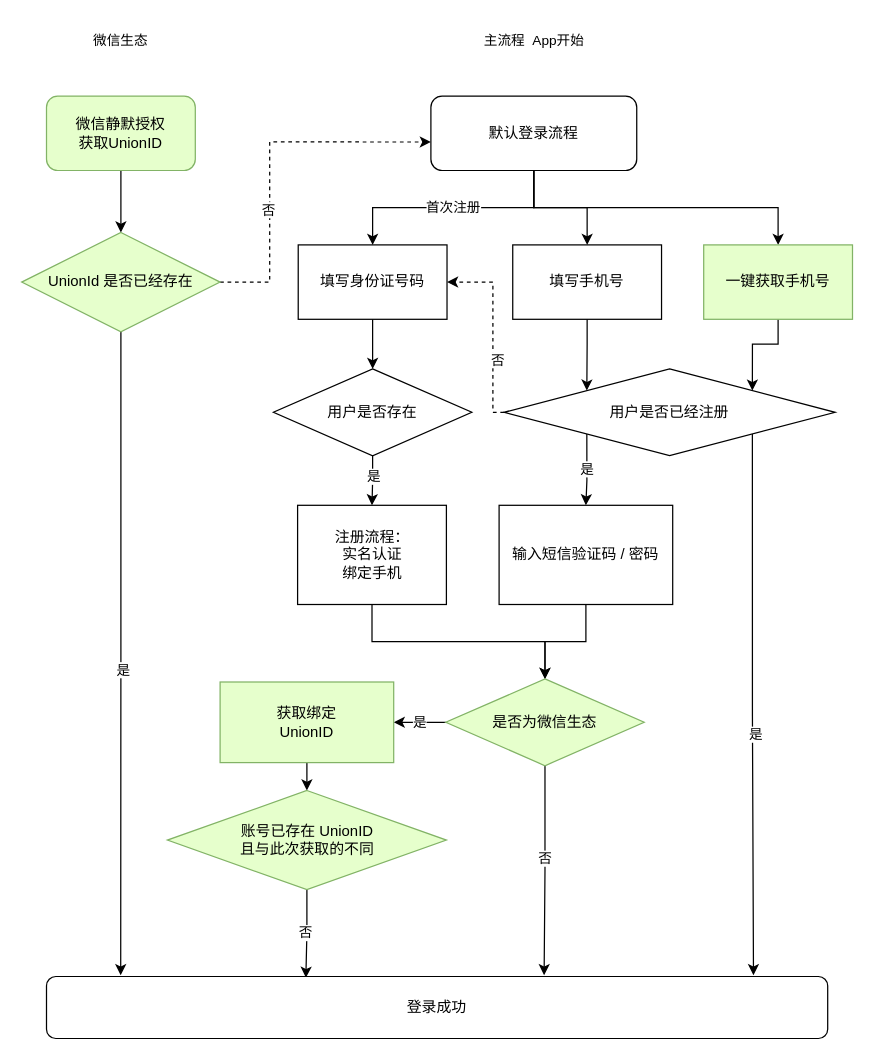
Earlier version of the draw.io diagram page "Page-1" (1 of 2) of drawio/hanyi.drawio (nilye/doodles). Source tidied: cells renumbered, new cells numbered last; positions are measured from the earlier drawing's top-left corner, leaving out a move shared by most shapes. Both pictures are drawn from the tidied source at 124%, with x=0, y=0 at pixel (21, 21).
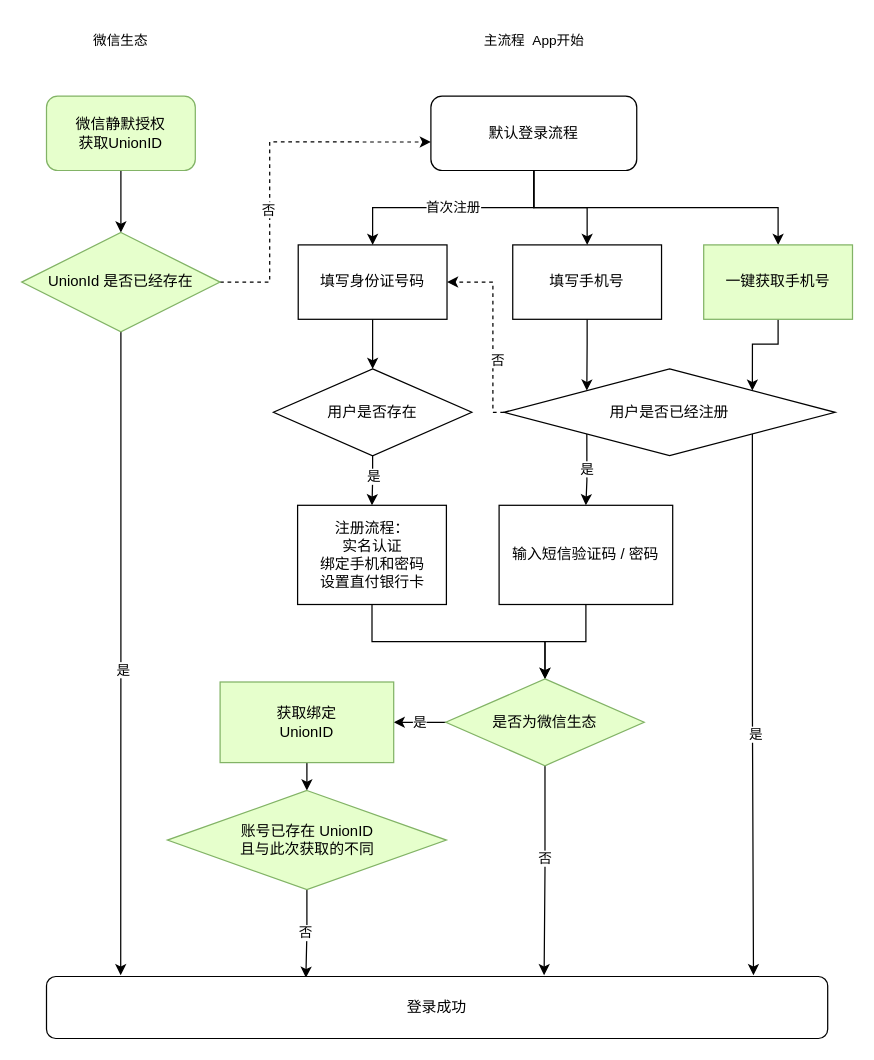
The same diagram, later.

Change to the diagram source:
```diff
@@
-    <mxCell id="27" value="注册流程：&lt;br&gt;实名认证&lt;br&gt;绑定手机" style="rounded=0;whiteSpace=wrap;html=1;" parent="1" vertex="1">
+    <mxCell id="27" value="注册流程：&lt;br&gt;实名认证&lt;br&gt;绑定手机和密码&lt;br&gt;设置直付银行卡" style="rounded=0;whiteSpace=wrap;html=1;" parent="1" vertex="1">
       <mxGeometry x="222.5" y="390" width="120" height="80" as="geometry" />
     </mxCell>
```
